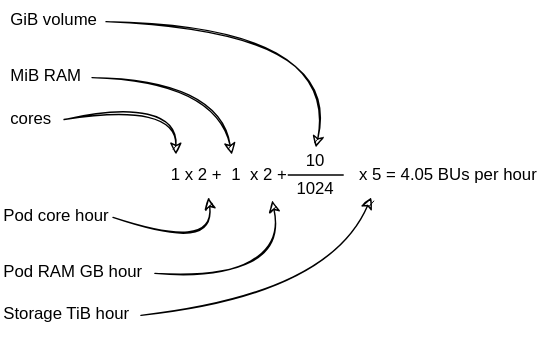
This is docs/cloud/rahti4/img/BU-calculation.drawio.svg from CSCfi/csc-user-guide, a draw.io export, as it was before one commit. Source tidied: cells renumbered, new cells last; positions are measured from the earlier drawing's top-left corner, leaving out a move shared by most shapes.
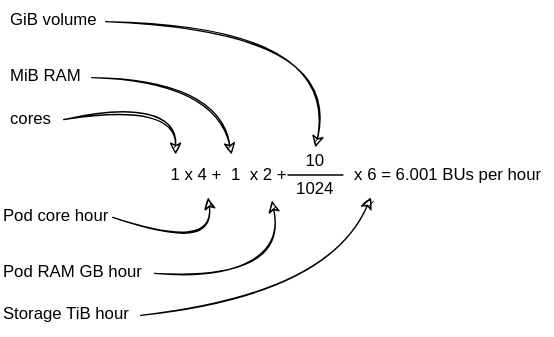
After the commit.

Diff of the diagram source:
```diff
@@ -25,7 +25,7 @@
         </Array>
       </mxGeometry>
     </mxCell>
-    <mxCell id="7" value="1 x 2 +" style="text;html=1;strokeColor=none;fillColor=none;align=center;verticalAlign=middle;whiteSpace=wrap;rounded=0;" parent="1" vertex="1">
+    <mxCell id="7" value="1 x 4 +" style="text;html=1;strokeColor=none;fillColor=none;align=center;verticalAlign=middle;whiteSpace=wrap;rounded=0;" parent="1" vertex="1">
       <mxGeometry x="110" y="110" width="60" height="30" as="geometry" />
     </mxCell>
     <mxCell id="8" value="&lt;meta charset=&quot;utf-8&quot;&gt;Pod RAM GB hour" style="text;whiteSpace=wrap;html=1;" parent="1" vertex="1">
@@ -37,7 +37,7 @@
     <mxCell id="10" value="&lt;meta charset=&quot;utf-8&quot;&gt;MiB RAM" style="text;whiteSpace=wrap;html=1;" parent="1" vertex="1">
       <mxGeometry x="5" y="40" width="60" height="30" as="geometry" />
     </mxCell>
-    <mxCell id="11" value="x 5 = 4.05 BUs per hour" style="text;html=1;strokeColor=none;fillColor=none;align=center;verticalAlign=middle;whiteSpace=wrap;rounded=0;" parent="1" vertex="1">
+    <mxCell id="11" value="x 6 = 6.001 BUs per hour" style="text;html=1;strokeColor=none;fillColor=none;align=center;verticalAlign=middle;whiteSpace=wrap;rounded=0;" parent="1" vertex="1">
       <mxGeometry x="245" y="110" width="150" height="30" as="geometry" />
     </mxCell>
     <mxCell id="12" value="10" style="text;html=1;strokeColor=none;fillColor=none;align=center;verticalAlign=middle;whiteSpace=wrap;rounded=0;" parent="1" vertex="1">
```
